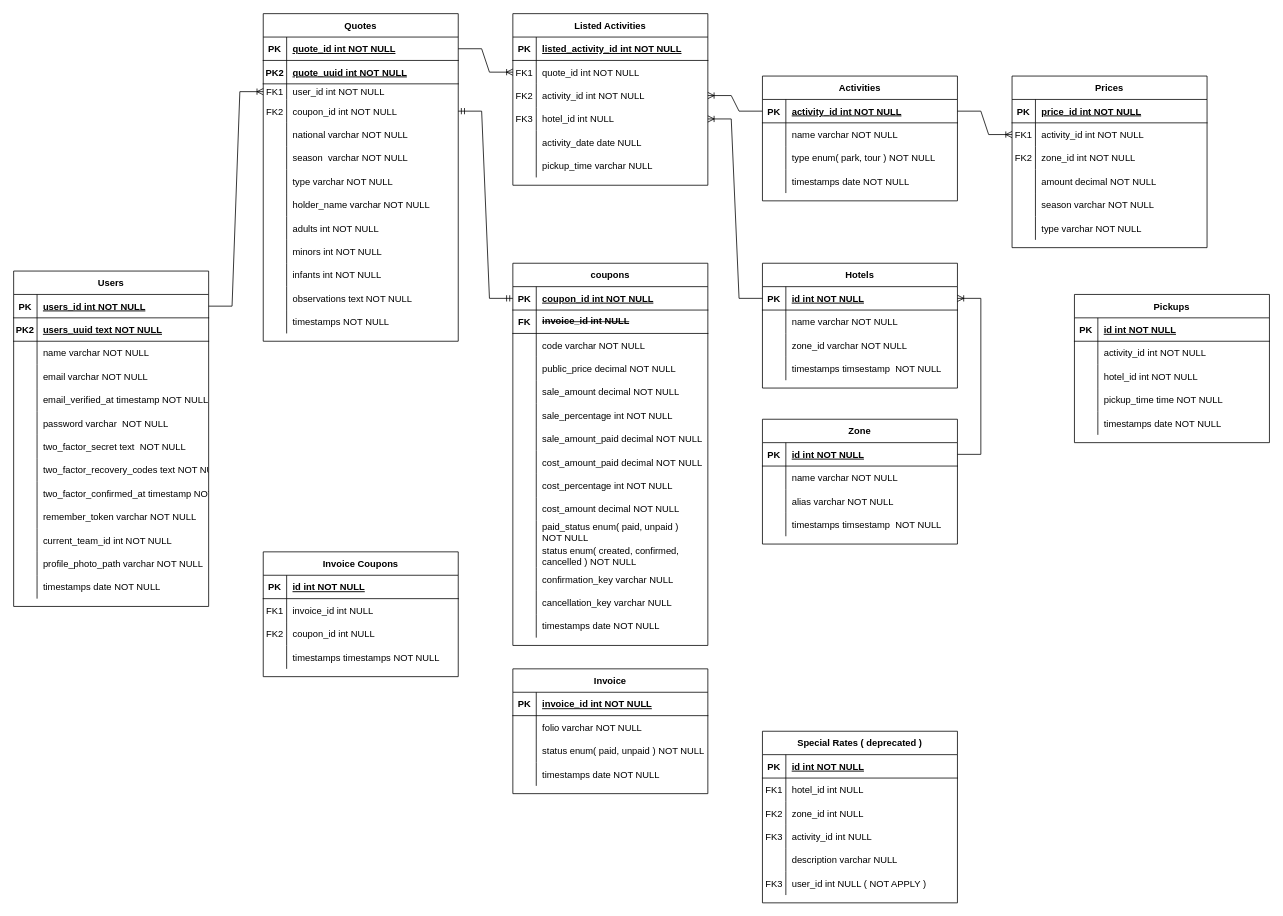
Pcbtroniks/quote keeps this draw.io diagram as Diagrama sin título.drawio. Above is the earlier version. Source tidied: cells renumbered, new cells numbered last; positions are measured from the earlier drawing's top-left corner, leaving out a move shared by most shapes. Both pictures are drawn from the tidied source at 78%, with x=0, y=0 at pixel (13, 13).
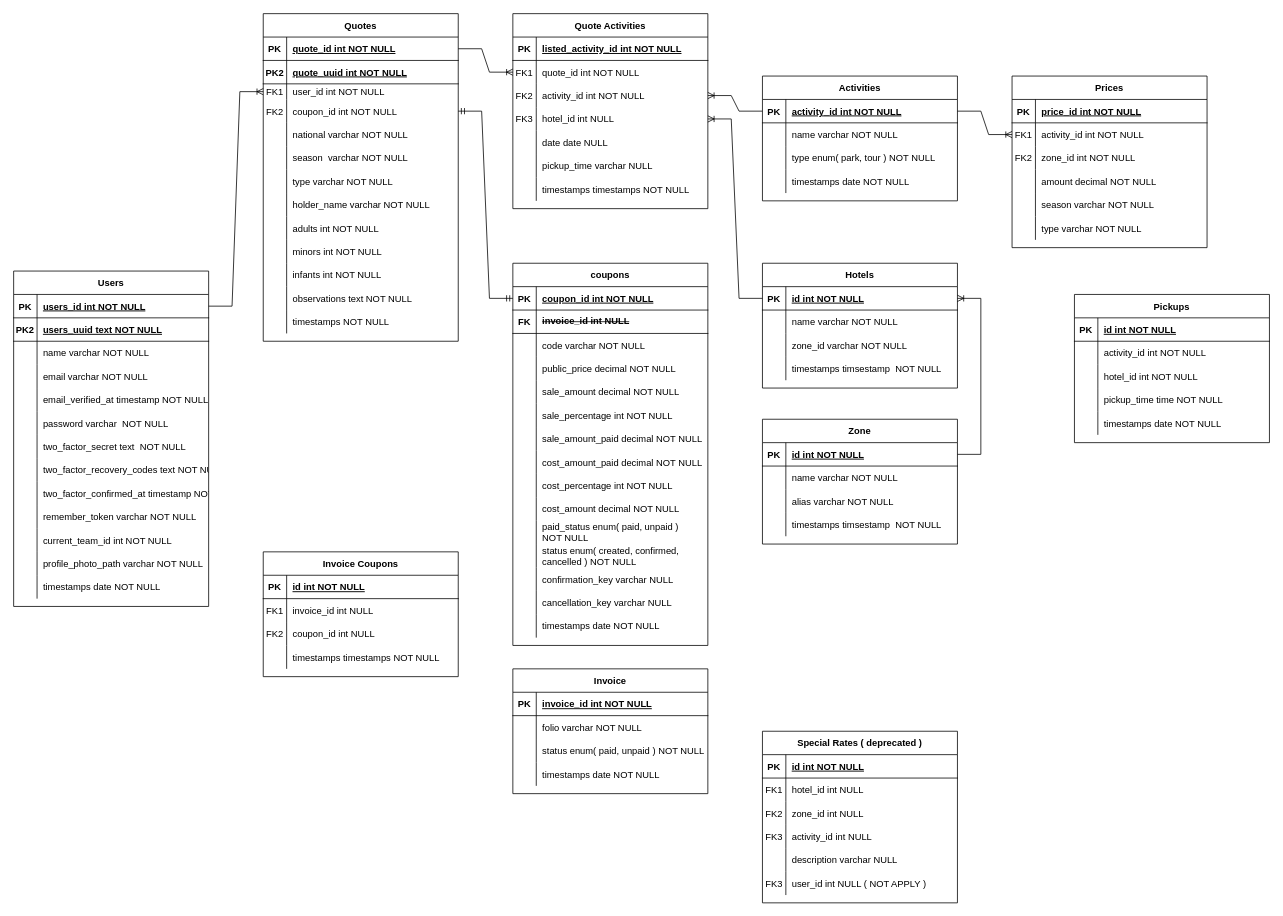
The same page after the edit.

The change refers to these unchanged cells:
```xml
<mxCell id="127" style="shape=partialRectangle;fillColor=none;top=0;left=0;right=0;bottom=0;" parent="114" vertex="1">
  <mxGeometry y="150" width="250" height="30" as="geometry" />
</mxCell>
```

The edit, as a diff of the source:
```diff
@@
-    <mxCell id="114" value="Listed Activities" style="shape=table;startSize=30;childLayout=tableLayout;rowLines=0;fontStyle=1;align=center;" parent="1" vertex="1">
-      <mxGeometry x="640" width="250" height="220" as="geometry" />
+    <mxCell id="114" value="Quote Activities" style="shape=table;startSize=30;childLayout=tableLayout;rowLines=0;fontStyle=1;align=center;" parent="1" vertex="1">
+      <mxGeometry x="640" width="250" height="250" as="geometry" />
     </mxCell>
@@
-    <mxCell id="129" value="activity_date date NULL" style="shape=partialRectangle;overflow=hidden;fillColor=none;top=0;left=0;bottom=0;right=0;align=left;spacingLeft=6;" parent="127" vertex="1">
+    <mxCell id="129" value="date date NULL" style="shape=partialRectangle;overflow=hidden;fillColor=none;top=0;left=0;bottom=0;right=0;align=left;spacingLeft=6;" parent="127" vertex="1">
       <mxGeometry x="30" width="220" height="30" as="geometry" />
     </mxCell>
@@
+    <mxCell id="273" style="shape=partialRectangle;fillColor=none;top=0;left=0;right=0;bottom=0;" parent="114" vertex="1">
+      <mxGeometry y="210" width="250" height="30" as="geometry" />
+    </mxCell>
+    <mxCell id="274" style="shape=partialRectangle;overflow=hidden;fillColor=none;top=0;left=0;bottom=0;right=0;" parent="273" vertex="1">
+      <mxGeometry width="30" height="30" as="geometry" />
+    </mxCell>
+    <mxCell id="275" value="timestamps timestamps NOT NULL" style="shape=partialRectangle;overflow=hidden;fillColor=none;top=0;left=0;bottom=0;right=0;align=left;spacingLeft=6;" parent="273" vertex="1">
+      <mxGeometry x="30" width="220" height="30" as="geometry" />
+    </mxCell>
```
